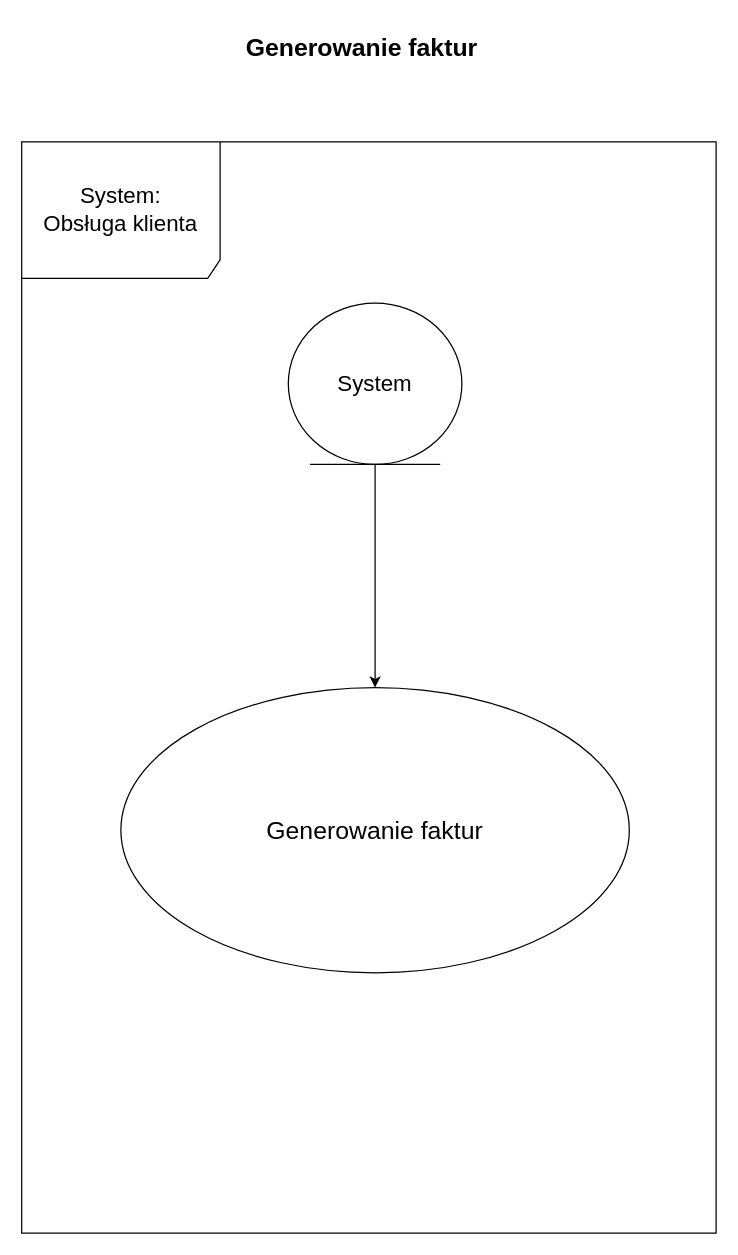
Before: diagramy/PrzypadkiUzycia/Diagram7.drawio in kacperMa25/In-ynieriaOprogramowania, a draw.io diagram. Source tidied: cells renumbered, new cells numbered last; positions are measured from the earlier drawing's top-left corner, leaving out a move shared by most shapes. Both pictures are drawn from the tidied source at 124%, with x=0, y=0 at pixel (21, 21).
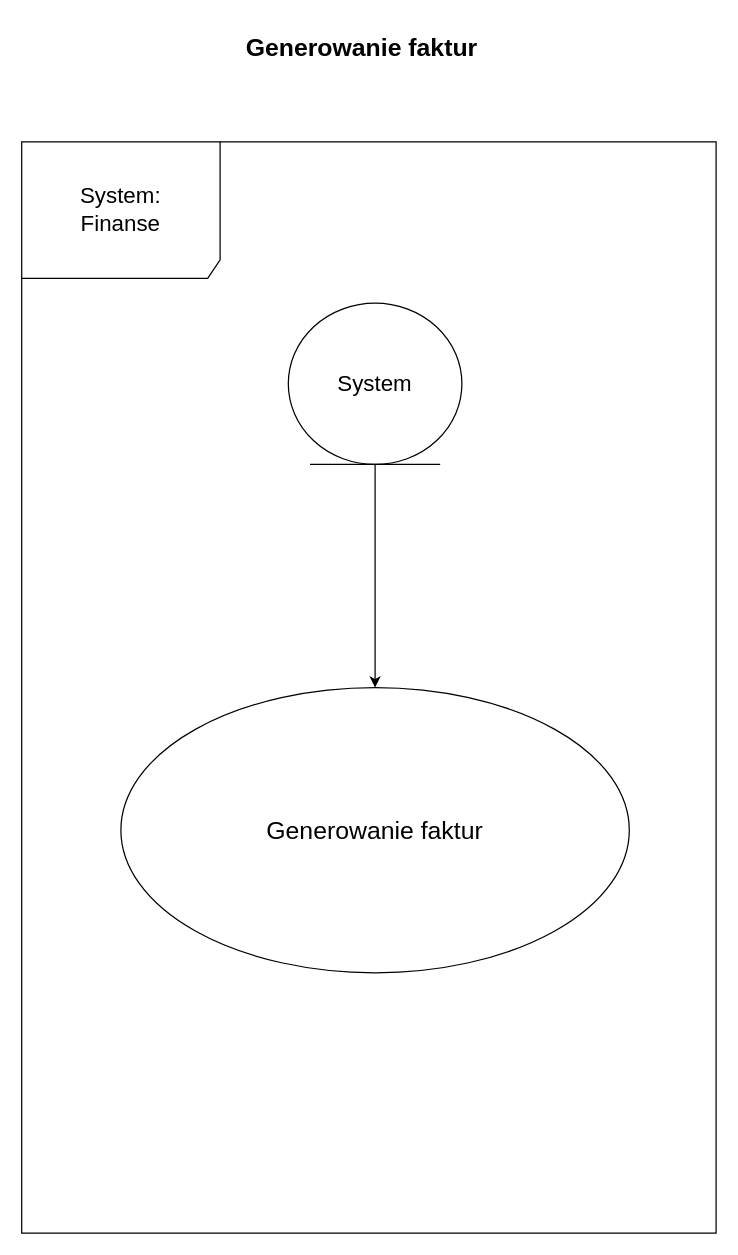
Above is the later version.

The edit, as a diff of the source:
```diff
@@
 <mxGraphModel>
   <root>
     <mxCell id="0" />
     <mxCell id="1" parent="0" />
     <mxCell id="2" value="&lt;font style=&quot;font-size: 20px;&quot;&gt;&lt;b&gt;Generowanie faktur&lt;/b&gt;&lt;/font&gt;" style="text;html=1;align=center;verticalAlign=middle;strokeColor=none;fillColor=none;" parent="1" vertex="1">
       <mxGeometry x="169" width="210" height="40" as="geometry" />
     </mxCell>
-    <mxCell id="3" value="&lt;font style=&quot;font-size: 18px;&quot;&gt;System:&lt;/font&gt;&lt;div&gt;&lt;font style=&quot;font-size: 18px;&quot;&gt;Obsługa klienta&lt;/font&gt;&lt;/div&gt;" style="shape=umlFrame;whiteSpace=wrap;html=1;width=160;height=110;" parent="1" vertex="1">
+    <mxCell id="3" value="&lt;font style=&quot;font-size: 18px;&quot;&gt;System:&lt;/font&gt;&lt;div&gt;&lt;font style=&quot;font-size: 18px;&quot;&gt;Finanse&lt;/font&gt;&lt;/div&gt;" style="shape=umlFrame;whiteSpace=wrap;html=1;width=160;height=110;" parent="1" vertex="1">
       <mxGeometry y="97" width="560" height="880" as="geometry" />
     </mxCell>
     <mxCell id="4" style="edgeStyle=orthogonalEdgeStyle;rounded=0;jettySize=auto;html=1;" parent="1" edge="1" source="5" target="6">
       <mxGeometry relative="1" as="geometry" />
     </mxCell>
     <mxCell id="5" value="&lt;font style=&quot;font-size: 18px;&quot;&gt;System&lt;/font&gt;" style="ellipse;shape=umlEntity;whiteSpace=wrap;html=1;" parent="1" vertex="1">
       <mxGeometry x="215" y="227" width="140" height="130" as="geometry" />
     </mxCell>
     <mxCell id="6" value="&lt;font style=&quot;font-size: 20px;&quot;&gt;Generowanie faktur&lt;/font&gt;" style="ellipse;whiteSpace=wrap;html=1;" parent="1" vertex="1">
       <mxGeometry x="80" y="537" width="410" height="230" as="geometry" />
     </mxCell>
   </root>
 </mxGraphModel>
```
